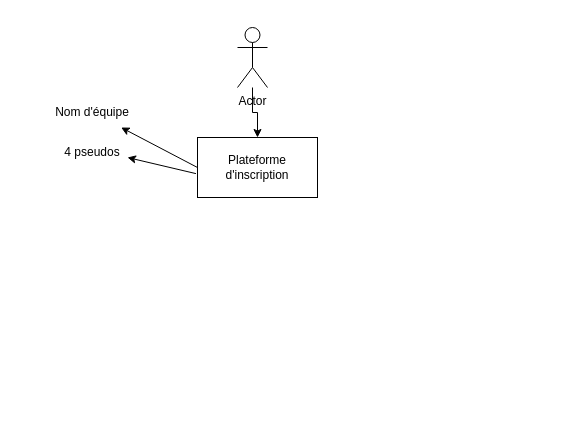
Before: Infrastructure/Diagramme sans nom.drawio in sershoks/minecraft, a draw.io diagram. Source tidied: cells renumbered, new cells numbered last; positions are measured from the earlier drawing's top-left corner, leaving out a move shared by most shapes. Both pictures are drawn from the tidied source at 100%, with x=0, y=0 at pixel (17, 27).
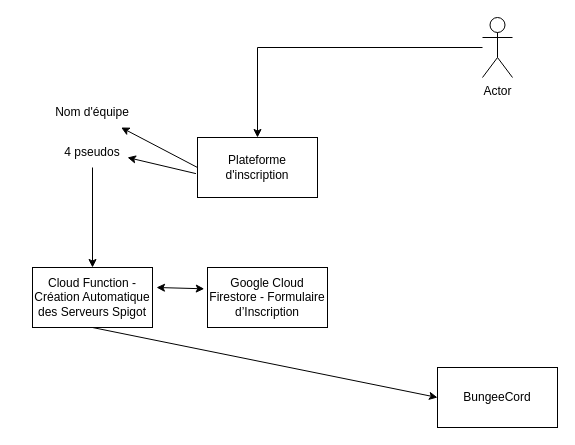
After the change.

Commit message (it also covers changes not shown here):
Mettre à jour Diagramme sans nom.drawio

Diff of the diagram source:
```diff
@@
 <mxGraphModel>
   <root>
     <mxCell id="0" />
     <mxCell id="1" parent="0" />
     <mxCell id="2" value="&lt;div&gt;Plateforme&lt;/div&gt;&lt;div&gt;d'inscription&lt;/div&gt;" style="rounded=0;whiteSpace=wrap;html=1;" parent="1" vertex="1">
       <mxGeometry x="180" y="110" width="120" height="60" as="geometry" />
     </mxCell>
     <mxCell id="3" style="edgeStyle=orthogonalEdgeStyle;rounded=0;jettySize=auto;html=1;" parent="1" edge="1" source="4" target="2">
       <mxGeometry relative="1" as="geometry" />
     </mxCell>
     <mxCell id="4" value="Actor" style="shape=umlActor;verticalLabelPosition=bottom;verticalAlign=top;html=1;outlineConnect=0;" parent="1" vertex="1">
-      <mxGeometry x="220" width="30" height="60" as="geometry" />
+      <mxGeometry x="465" y="-10" width="30" height="60" as="geometry" />
     </mxCell>
     <mxCell id="5" value="Nom d'équipe" style="text;html=1;align=center;verticalAlign=middle;whiteSpace=wrap;rounded=0;" parent="1" vertex="1">
       <mxGeometry y="70" width="150" height="30" as="geometry" />
     </mxCell>
     <mxCell id="6" value="4 pseudos" style="text;html=1;align=center;verticalAlign=middle;whiteSpace=wrap;rounded=0;" parent="1" vertex="1">
       <mxGeometry x="45" y="110" width="60" height="30" as="geometry" />
     </mxCell>
     <mxCell id="7" style="endArrow=classic;html=1;rounded=0;exitX=-0.013;exitY=0.602;exitDx=0;exitDy=0;exitPerimeter=0;" parent="1" edge="1" source="2">
       <mxGeometry relative="1" as="geometry">
         <mxPoint x="110" y="130" as="targetPoint" />
       </mxGeometry>
     </mxCell>
     <mxCell id="8" style="endArrow=classic;html=1;rounded=0;exitX=0;exitY=0.5;exitDx=0;exitDy=0;" parent="1" edge="1" source="2" target="5">
       <mxGeometry relative="1" as="geometry" />
     </mxCell>
+    <mxCell id="9" value="Cloud Function - Création Automatique des Serveurs Spigot" style="rounded=0;whiteSpace=wrap;html=1;" parent="1" vertex="1">
+      <mxGeometry x="15" y="240" width="120" height="60" as="geometry" />
+    </mxCell>
+    <mxCell id="10" style="endArrow=classic;html=1;rounded=0;exitX=0.5;exitY=1;exitDx=0;exitDy=0;entryX=0.5;entryY=0;entryDx=0;entryDy=0;" parent="1" edge="1" source="6" target="9">
+      <mxGeometry relative="1" as="geometry" />
+    </mxCell>
+    <mxCell id="11" value="Google Cloud Firestore - Formulaire d’Inscription" style="rounded=0;whiteSpace=wrap;html=1;" parent="1" vertex="1">
+      <mxGeometry x="190" y="240" width="120" height="60" as="geometry" />
+    </mxCell>
+    <mxCell id="12" style="endArrow=classic;startArrow=classic;html=1;rounded=0;entryX=-0.027;entryY=0.355;entryDx=0;entryDy=0;entryPerimeter=0;" parent="1" edge="1" target="11">
+      <mxGeometry relative="1" as="geometry">
+        <mxPoint x="139" y="260" as="sourcePoint" />
+      </mxGeometry>
+    </mxCell>
+    <mxCell id="13" value="&lt;div&gt;BungeeCord&lt;/div&gt;" style="rounded=0;whiteSpace=wrap;html=1;" parent="1" vertex="1">
+      <mxGeometry x="420" y="340" width="120" height="60" as="geometry" />
+    </mxCell>
+    <mxCell id="14" style="endArrow=classic;html=1;rounded=0;exitX=0.5;exitY=1;exitDx=0;exitDy=0;entryX=0;entryY=0.5;entryDx=0;entryDy=0;" parent="1" edge="1" source="9" target="13">
+      <mxGeometry relative="1" as="geometry" />
+    </mxCell>
   </root>
 </mxGraphModel>
```
